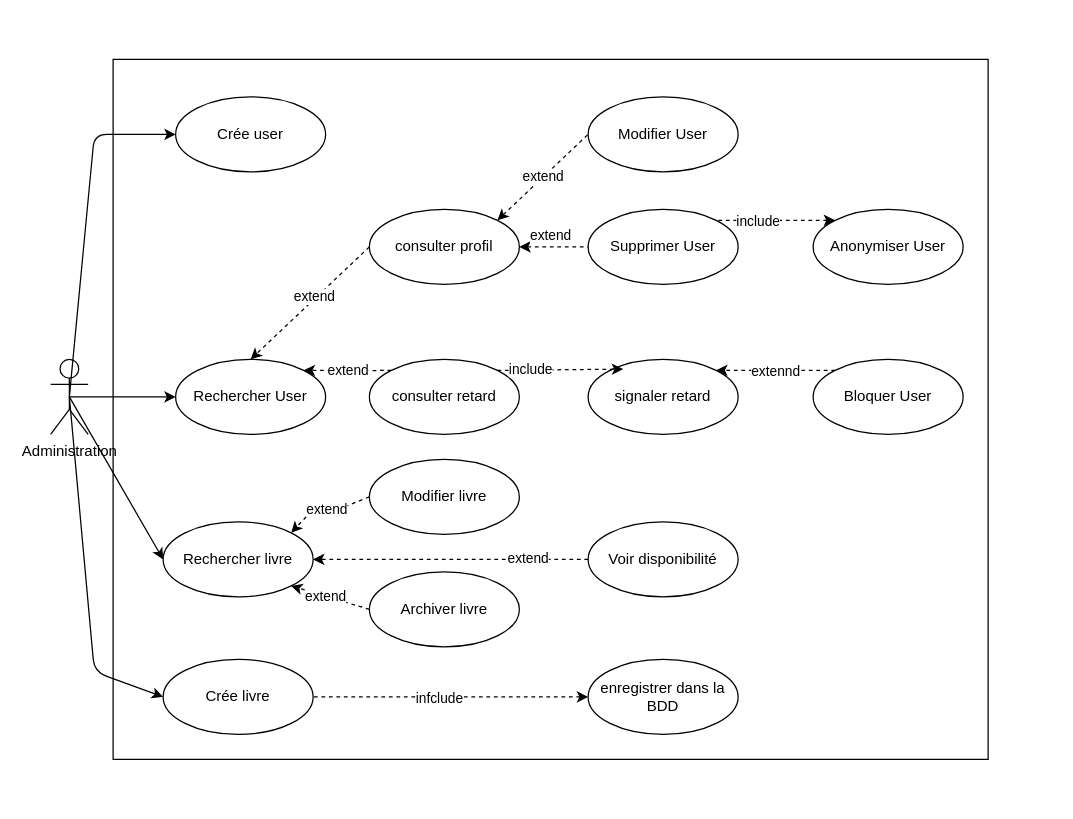
Above: page "use_cases_admin" (2 of 3) of diagramme/use_cases/use_cases.drawio in SquizzzGeekCat/Projet-Python_Bibliotheque (draw.io), before the change. Source tidied: cells renumbered, new cells numbered last; positions are measured from the earlier drawing's top-left corner, leaving out a move shared by most shapes. Both pictures are drawn from the tidied source at 125%, with x=0, y=0 at pixel (50, 59).
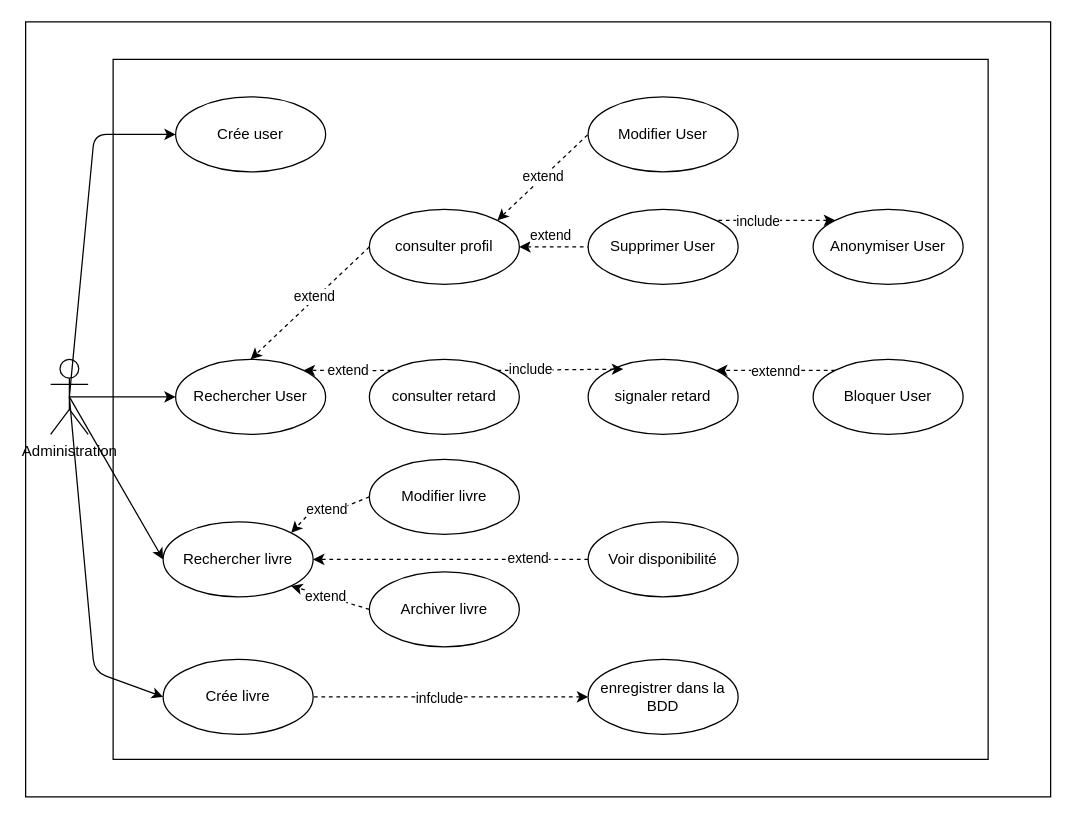
Above is the later version.

The edit, as a diff of the source:
```diff
@@
+    <mxCell id="41" style="rounded=0;whiteSpace=wrap;html=1;" parent="1" vertex="1">
+      <mxGeometry x="-20" y="-30" width="820" height="620" as="geometry" />
+    </mxCell>
```
